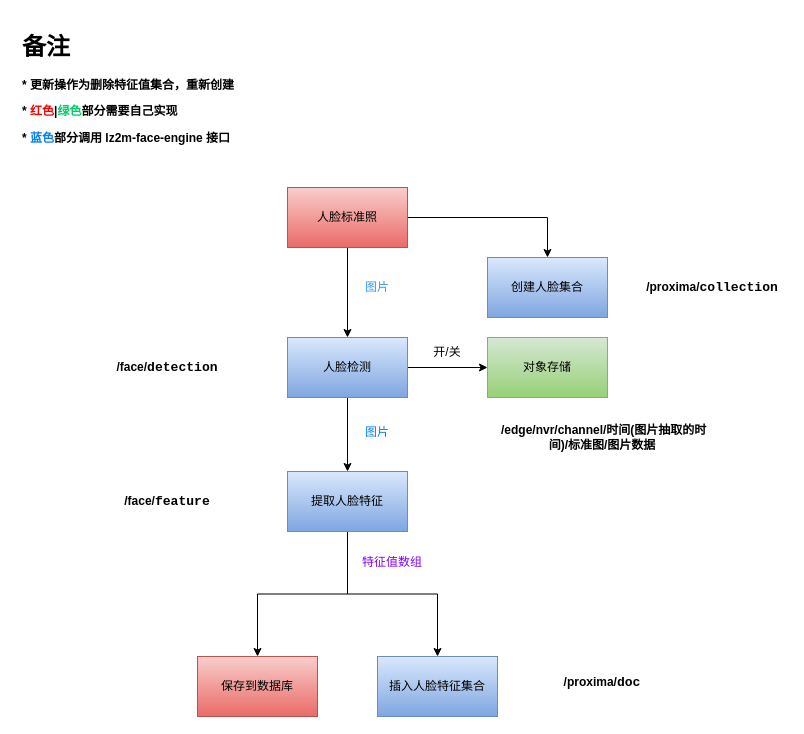
Above: 人脸标准照维护.drawio in liz2m/draw.images (draw.io), before the change. Source tidied: cells renumbered, new cells numbered last; positions are measured from the earlier drawing's top-left corner, leaving out a move shared by most shapes. Both pictures are drawn from the tidied source at 100%, with x=0, y=0 at pixel (17, 27).
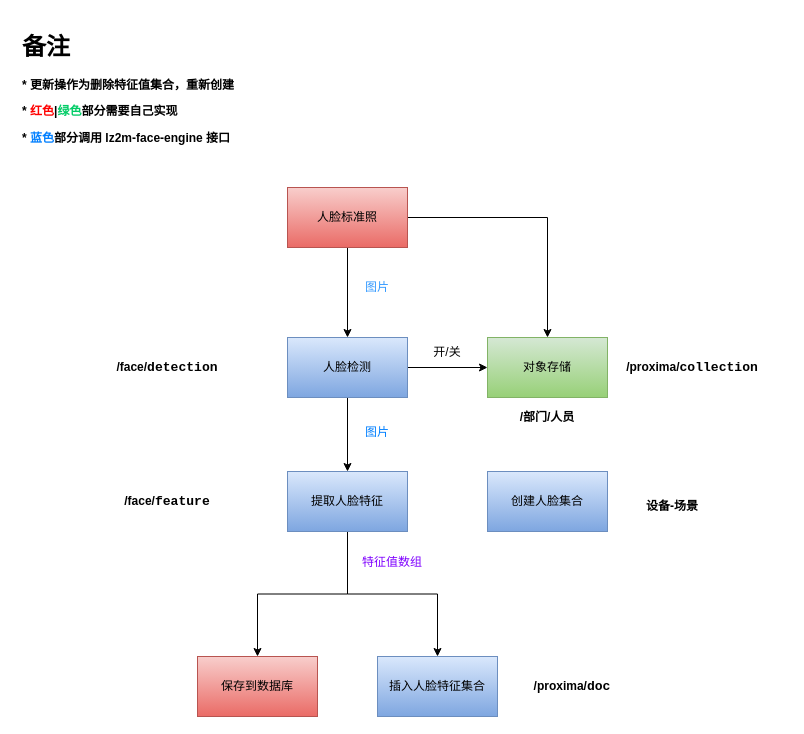
The same page after the edit.

Commit message:
更新人脸标准照维护.drawio

Unchanged cells that the change refers to:
```xml
<mxCell id="5" value="人脸标准照" style="rounded=0;whiteSpace=wrap;html=1;fillColor=#f8cecc;gradientColor=#ea6b66;strokeColor=#b85450;" parent="1" vertex="1">
  <mxGeometry x="270" y="160" width="120" height="60" as="geometry" />
</mxCell>
<mxCell id="22" value="对象存储" style="whiteSpace=wrap;html=1;fillColor=#d5e8d4;gradientColor=#97d077;strokeColor=#82b366;" parent="1" vertex="1">
  <mxGeometry x="470" y="310" width="120" height="60" as="geometry" />
</mxCell>
```

Diff of the diagram source:
```diff
@@
-    <mxCell id="3" style="edgeStyle=orthogonalEdgeStyle;rounded=0;jettySize=auto;html=1;" parent="1" edge="1" source="5" target="6">
-      <mxGeometry relative="1" as="geometry" />
-    </mxCell>
@@
+    <mxCell id="25" style="edgeStyle=orthogonalEdgeStyle;rounded=0;jettySize=auto;html=1;" parent="1" edge="1" source="5" target="22">
+      <mxGeometry relative="1" as="geometry" />
+    </mxCell>
@@
     <mxCell id="6" value="创建人脸集合" style="rounded=0;whiteSpace=wrap;html=1;fillColor=#dae8fc;gradientColor=#7ea6e0;strokeColor=#6c8ebf;" parent="1" vertex="1">
-      <mxGeometry x="470" y="230" width="120" height="60" as="geometry" />
+      <mxGeometry x="470" y="444" width="120" height="60" as="geometry" />
     </mxCell>
@@
     <mxCell id="17" value="/proxima/&lt;span style=&quot;background-color: rgb(255, 255, 255); font-family: &amp;quot;jetbrains mono&amp;quot;, monospace; font-size: 9.8pt;&quot;&gt;collection&lt;/span&gt;" style="text;html=1;strokeColor=none;fillColor=none;align=center;verticalAlign=middle;whiteSpace=wrap;rounded=0;fontStyle=1;fontColor=#000000;" parent="1" vertex="1">
-      <mxGeometry x="650" y="245" width="90" height="30" as="geometry" />
+      <mxGeometry x="630" y="325" width="90" height="30" as="geometry" />
     </mxCell>
     <mxCell id="18" value="/proxima/&lt;span style=&quot;background-color: rgb(255 , 255 , 255) ; font-family: &amp;#34;jetbrains mono&amp;#34; , monospace ; font-size: 9.8pt&quot;&gt;doc&lt;/span&gt;" style="text;html=1;strokeColor=none;fillColor=none;align=center;verticalAlign=middle;whiteSpace=wrap;rounded=0;fontStyle=1;fontColor=#000000;" parent="1" vertex="1">
-      <mxGeometry x="540" y="640" width="90" height="30" as="geometry" />
+      <mxGeometry x="510" y="644" width="90" height="30" as="geometry" />
     </mxCell>
@@
-    <mxCell id="24" value="&lt;div class=&quot;lake-content&quot;&gt;&lt;span class=&quot;ne-text&quot;&gt;&amp;nbsp;/edge/nvr/channel/时间(图片抽取的时间)/标准图/图片数据&lt;/span&gt;&lt;/div&gt;" style="text;html=1;strokeColor=none;fillColor=none;align=center;verticalAlign=middle;whiteSpace=wrap;fontStyle=1;" parent="1" vertex="1">
-      <mxGeometry x="470" y="390" width="230" height="40" as="geometry" />
+    <mxCell id="24" value="&lt;div class=&quot;lake-content&quot;&gt;/部门/人员&lt;/div&gt;" style="text;html=1;strokeColor=none;fillColor=none;align=center;verticalAlign=middle;whiteSpace=wrap;fontStyle=1;" parent="1" vertex="1">
+      <mxGeometry x="415" y="370" width="230" height="40" as="geometry" />
     </mxCell>
+    <mxCell id="26" value="&lt;div class=&quot;lake-content&quot;&gt;设备-场景&lt;/div&gt;" style="text;html=1;strokeColor=none;fillColor=none;align=center;verticalAlign=middle;whiteSpace=wrap;fontStyle=1;" parent="1" vertex="1">
+      <mxGeometry x="540" y="459" width="230" height="40" as="geometry" />
+    </mxCell>
```
